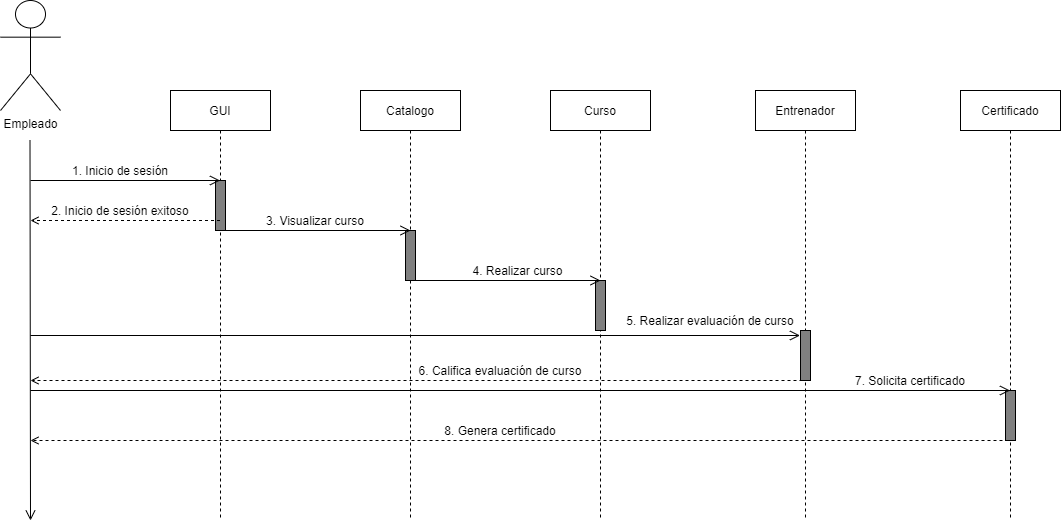
CruzVeraEldenHumberto/Analisis-Avanzado-de-Software-Cruz-Vera keeps this draw.io diagram as img/C1.4_DiagramaSecuenciav1.drawio.png. Above is the earlier version. Source tidied: cells renumbered, new cells last; positions are measured from the earlier drawing's top-left corner, leaving out a move shared by most shapes.
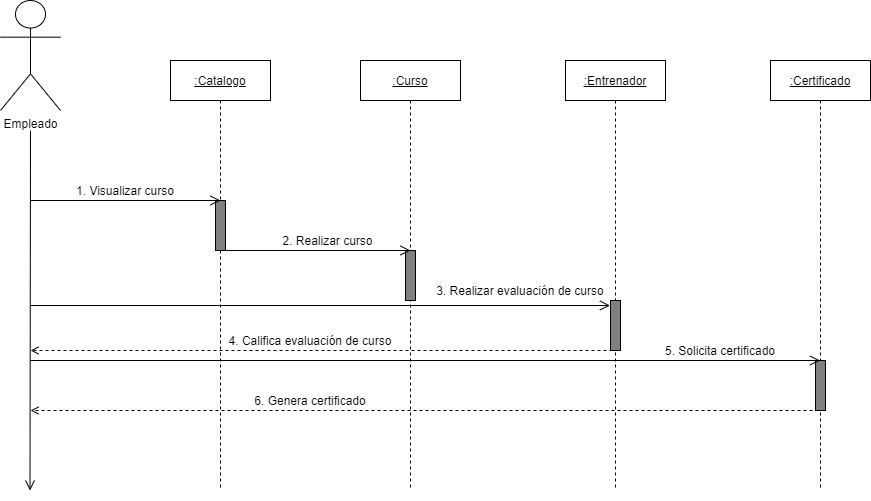
Later version of the same file.

Change to the diagram source:
```diff
@@ -2,79 +2,57 @@
   <root>
     <mxCell id="0" />
     <mxCell id="1" parent="0" />
-    <mxCell id="2" value="Entrenador" style="shape=umlLifeline;perimeter=lifelinePerimeter;whiteSpace=wrap;html=1;" parent="1" vertex="1">
+    <mxCell id="2" value="&lt;u&gt;:Entrenador&lt;/u&gt;" style="shape=umlLifeline;perimeter=lifelinePerimeter;whiteSpace=wrap;html=1;" parent="1" vertex="1">
       <mxGeometry x="755" y="90" width="100" height="430" as="geometry" />
     </mxCell>
     <mxCell id="3" style="html=1;perimeter=orthogonalPerimeter;fillColor=#808080;" parent="2" vertex="1">
       <mxGeometry x="45" y="240" width="10" height="50" as="geometry" />
     </mxCell>
-    <mxCell id="4" value="Catalogo" style="shape=umlLifeline;perimeter=lifelinePerimeter;whiteSpace=wrap;html=1;" parent="1" vertex="1">
+    <mxCell id="4" value="&lt;u&gt;:Catalogo&lt;/u&gt;" style="shape=umlLifeline;perimeter=lifelinePerimeter;whiteSpace=wrap;html=1;" parent="1" vertex="1">
       <mxGeometry x="360" y="90" width="100" height="430" as="geometry" />
     </mxCell>
     <mxCell id="5" style="html=1;perimeter=orthogonalPerimeter;fillColor=#808080;" parent="4" vertex="1">
       <mxGeometry x="45" y="140" width="10" height="50" as="geometry" />
     </mxCell>
-    <mxCell id="6" value="GUI" style="shape=umlLifeline;perimeter=lifelinePerimeter;whiteSpace=wrap;html=1;outlineConnect=0;" parent="1" vertex="1">
-      <mxGeometry x="170" y="90" width="100" height="430" as="geometry" />
-    </mxCell>
-    <mxCell id="7" style="html=1;perimeter=orthogonalPerimeter;fillColor=#808080;" parent="6" vertex="1">
-      <mxGeometry x="45" y="90" width="10" height="50" as="geometry" />
-    </mxCell>
-    <mxCell id="8" value="Curso" style="shape=umlLifeline;perimeter=lifelinePerimeter;whiteSpace=wrap;html=1;" parent="1" vertex="1">
+    <mxCell id="8" value="&lt;u&gt;:Curso&lt;/u&gt;" style="shape=umlLifeline;perimeter=lifelinePerimeter;whiteSpace=wrap;html=1;" parent="1" vertex="1">
       <mxGeometry x="550" y="90" width="100" height="430" as="geometry" />
     </mxCell>
     <mxCell id="9" style="html=1;perimeter=orthogonalPerimeter;fillColor=#808080;" parent="8" vertex="1">
       <mxGeometry x="45" y="190" width="10" height="50" as="geometry" />
     </mxCell>
-    <mxCell id="10" value="1. Inicio de sesión" style="text;html=1;strokeColor=none;fillColor=none;align=center;verticalAlign=middle;whiteSpace=wrap;rounded=0;" parent="1" vertex="1">
-      <mxGeometry x="40" y="160" width="160" height="20" as="geometry" />
-    </mxCell>
-    <mxCell id="11" value="2. Inicio de sesión exitoso" style="text;html=1;strokeColor=none;fillColor=none;align=center;verticalAlign=middle;whiteSpace=wrap;rounded=0;" parent="1" vertex="1">
-      <mxGeometry x="25" y="200" width="190" height="20" as="geometry" />
-    </mxCell>
-    <mxCell id="12" value="3. Visualizar curso" style="text;html=1;strokeColor=none;fillColor=none;align=center;verticalAlign=middle;whiteSpace=wrap;rounded=0;" parent="1" vertex="1">
+    <mxCell id="12" value="1. Visualizar curso" style="text;html=1;strokeColor=none;fillColor=none;align=center;verticalAlign=middle;whiteSpace=wrap;rounded=0;" parent="1" vertex="1">
       <mxGeometry x="220" y="210" width="190" height="20" as="geometry" />
     </mxCell>
-    <mxCell id="13" value="4. Realizar curso" style="text;html=1;strokeColor=none;fillColor=none;align=center;verticalAlign=middle;whiteSpace=wrap;rounded=0;" parent="1" vertex="1">
+    <mxCell id="13" value="2. Realizar curso" style="text;html=1;strokeColor=none;fillColor=none;align=center;verticalAlign=middle;whiteSpace=wrap;rounded=0;" parent="1" vertex="1">
       <mxGeometry x="410" y="260" width="215" height="20" as="geometry" />
     </mxCell>
-    <mxCell id="14" value="7. Solicita certificado" style="text;html=1;strokeColor=none;fillColor=none;align=center;verticalAlign=middle;whiteSpace=wrap;rounded=0;" parent="1" vertex="1">
+    <mxCell id="14" value="5. Solicita certificado" style="text;html=1;strokeColor=none;fillColor=none;align=center;verticalAlign=middle;whiteSpace=wrap;rounded=0;" parent="1" vertex="1">
       <mxGeometry x="830" y="370" width="160" height="20" as="geometry" />
     </mxCell>
-    <mxCell id="15" value="8. Genera certificado" style="text;html=1;strokeColor=none;fillColor=none;align=center;verticalAlign=middle;whiteSpace=wrap;rounded=0;" parent="1" vertex="1">
+    <mxCell id="15" value="6. Genera certificado" style="text;html=1;strokeColor=none;fillColor=none;align=center;verticalAlign=middle;whiteSpace=wrap;rounded=0;" parent="1" vertex="1">
       <mxGeometry x="420" y="420" width="160" height="20" as="geometry" />
     </mxCell>
-    <mxCell id="16" value="5. Realizar evaluación de curso" style="text;html=1;strokeColor=none;fillColor=none;align=center;verticalAlign=middle;whiteSpace=wrap;rounded=0;" parent="1" vertex="1">
+    <mxCell id="16" value="3. Realizar evaluación de curso" style="text;html=1;strokeColor=none;fillColor=none;align=center;verticalAlign=middle;whiteSpace=wrap;rounded=0;" parent="1" vertex="1">
       <mxGeometry x="600" y="310" width="220" height="20" as="geometry" />
     </mxCell>
-    <mxCell id="17" value="6. Califica evaluación de curso" style="text;html=1;strokeColor=none;fillColor=none;align=center;verticalAlign=middle;whiteSpace=wrap;rounded=0;" parent="1" vertex="1">
+    <mxCell id="17" value="4. Califica evaluación de curso" style="text;html=1;strokeColor=none;fillColor=none;align=center;verticalAlign=middle;whiteSpace=wrap;rounded=0;" parent="1" vertex="1">
       <mxGeometry x="390" y="360" width="220" height="20" as="geometry" />
     </mxCell>
     <mxCell id="18" value="Empleado" style="shape=umlActor;verticalLabelPosition=bottom;verticalAlign=top;html=1;" parent="1" vertex="1">
-      <mxGeometry width="60" height="110" as="geometry" />
+      <mxGeometry x="190" y="30" width="60" height="110" as="geometry" />
     </mxCell>
     <mxCell id="19" style="endArrow=open;startArrow=none;endFill=0;startFill=0;endSize=8;html=1;verticalAlign=bottom;labelBackgroundColor=none;strokeWidth=1;" parent="1" edge="1">
       <mxGeometry relative="1" as="geometry">
-        <mxPoint x="29.5" y="140" as="sourcePoint" />
-        <mxPoint x="30" y="520" as="targetPoint" />
+        <mxPoint x="220" y="160" as="sourcePoint" />
+        <mxPoint x="219.5" y="520" as="targetPoint" />
       </mxGeometry>
     </mxCell>
-    <mxCell id="20" value="Certificado" style="shape=umlLifeline;perimeter=lifelinePerimeter;whiteSpace=wrap;html=1;" parent="1" vertex="1">
+    <mxCell id="20" value="&lt;u&gt;:Certificado&lt;/u&gt;" style="shape=umlLifeline;perimeter=lifelinePerimeter;whiteSpace=wrap;html=1;" parent="1" vertex="1">
       <mxGeometry x="960" y="90" width="100" height="430" as="geometry" />
     </mxCell>
     <mxCell id="21" style="html=1;perimeter=orthogonalPerimeter;fillColor=#808080;" parent="20" vertex="1">
       <mxGeometry x="45" y="300" width="10" height="50" as="geometry" />
     </mxCell>
-    <mxCell id="22" style="html=1;verticalAlign=bottom;labelBackgroundColor=none;endArrow=open;endFill=0;dashed=1;" parent="1" edge="1" source="6">
-      <mxGeometry relative="1" as="geometry">
-        <mxPoint x="30" y="220" as="targetPoint" />
-      </mxGeometry>
-    </mxCell>
-    <mxCell id="23" style="endArrow=open;startArrow=none;endFill=0;startFill=0;endSize=8;html=1;verticalAlign=bottom;labelBackgroundColor=none;strokeWidth=1;" parent="1" edge="1" target="6">
-      <mxGeometry relative="1" as="geometry">
-        <mxPoint x="30" y="180" as="sourcePoint" />
-      </mxGeometry>
-    </mxCell>
     <mxCell id="24" style="endArrow=open;startArrow=none;endFill=0;startFill=0;endSize=8;html=1;verticalAlign=bottom;labelBackgroundColor=none;strokeWidth=1;" parent="1" edge="1">
       <mxGeometry relative="1" as="geometry">
         <mxPoint x="220.5" y="230" as="sourcePoint" />
@@ -89,26 +67,26 @@
     </mxCell>
     <mxCell id="26" style="endArrow=open;startArrow=none;endFill=0;startFill=0;endSize=8;html=1;verticalAlign=bottom;labelBackgroundColor=none;strokeWidth=1;" parent="1" edge="1">
       <mxGeometry relative="1" as="geometry">
-        <mxPoint x="30" y="335" as="sourcePoint" />
+        <mxPoint x="220" y="335" as="sourcePoint" />
         <mxPoint x="799.5" y="335" as="targetPoint" />
       </mxGeometry>
     </mxCell>
     <mxCell id="27" style="html=1;verticalAlign=bottom;labelBackgroundColor=none;endArrow=open;endFill=0;dashed=1;" parent="1" edge="1">
       <mxGeometry relative="1" as="geometry">
         <mxPoint x="802" y="380" as="sourcePoint" />
-        <mxPoint x="30" y="380" as="targetPoint" />
+        <mxPoint x="220" y="380" as="targetPoint" />
       </mxGeometry>
     </mxCell>
     <mxCell id="28" style="endArrow=open;startArrow=none;endFill=0;startFill=0;endSize=8;html=1;verticalAlign=bottom;labelBackgroundColor=none;strokeWidth=1;" parent="1" edge="1">
       <mxGeometry relative="1" as="geometry">
-        <mxPoint x="30" y="390" as="sourcePoint" />
+        <mxPoint x="220" y="390" as="sourcePoint" />
         <mxPoint x="1009.5" y="390" as="targetPoint" />
       </mxGeometry>
     </mxCell>
     <mxCell id="29" style="html=1;verticalAlign=bottom;labelBackgroundColor=none;endArrow=open;endFill=0;dashed=1;" parent="1" edge="1">
       <mxGeometry relative="1" as="geometry">
         <mxPoint x="1002" y="440" as="sourcePoint" />
-        <mxPoint x="30" y="440" as="targetPoint" />
+        <mxPoint x="220" y="440" as="targetPoint" />
       </mxGeometry>
     </mxCell>
   </root>
```
